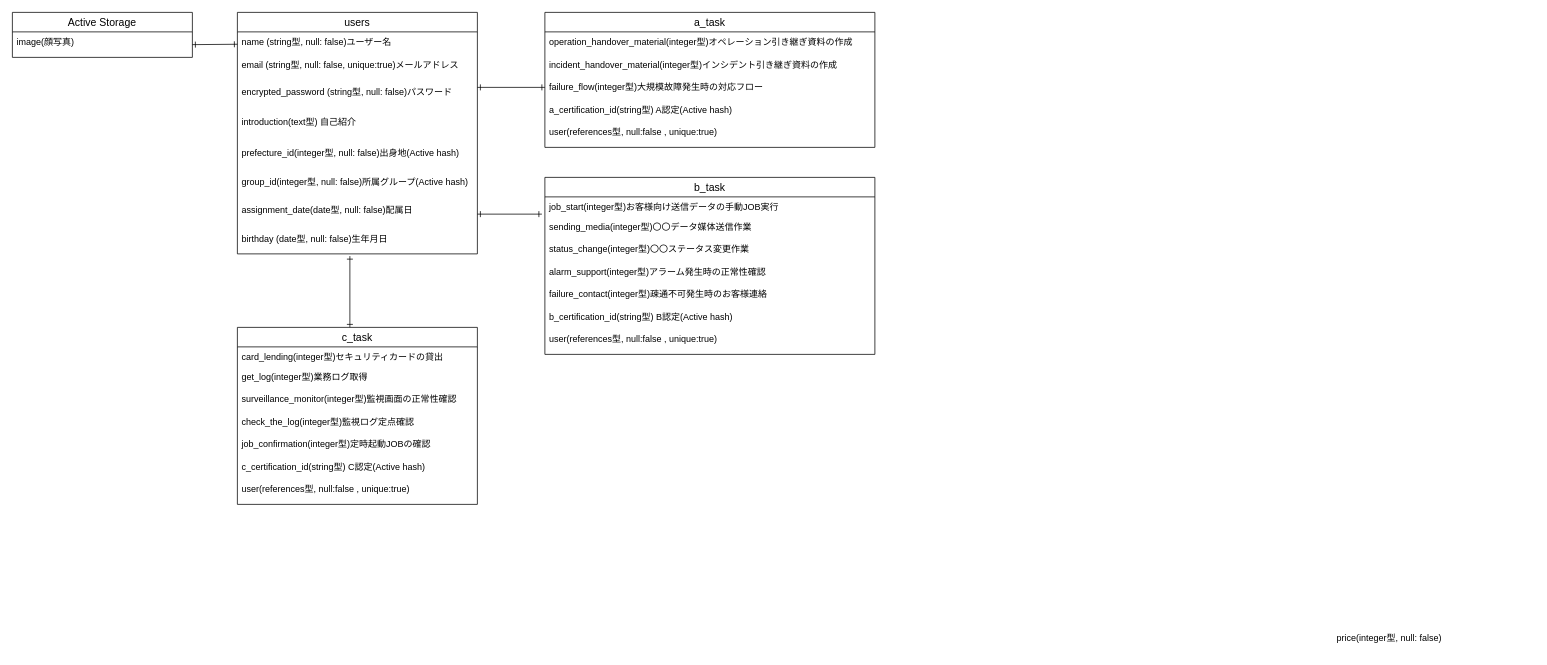
Before: team.dio in kobayashi64/team-profile, a draw.io diagram. Source tidied: cells renumbered, new cells numbered last; positions are measured from the earlier drawing's top-left corner, leaving out a move shared by most shapes. Both pictures are drawn from the tidied source at 75%, with x=0, y=0 at pixel (12, 12).
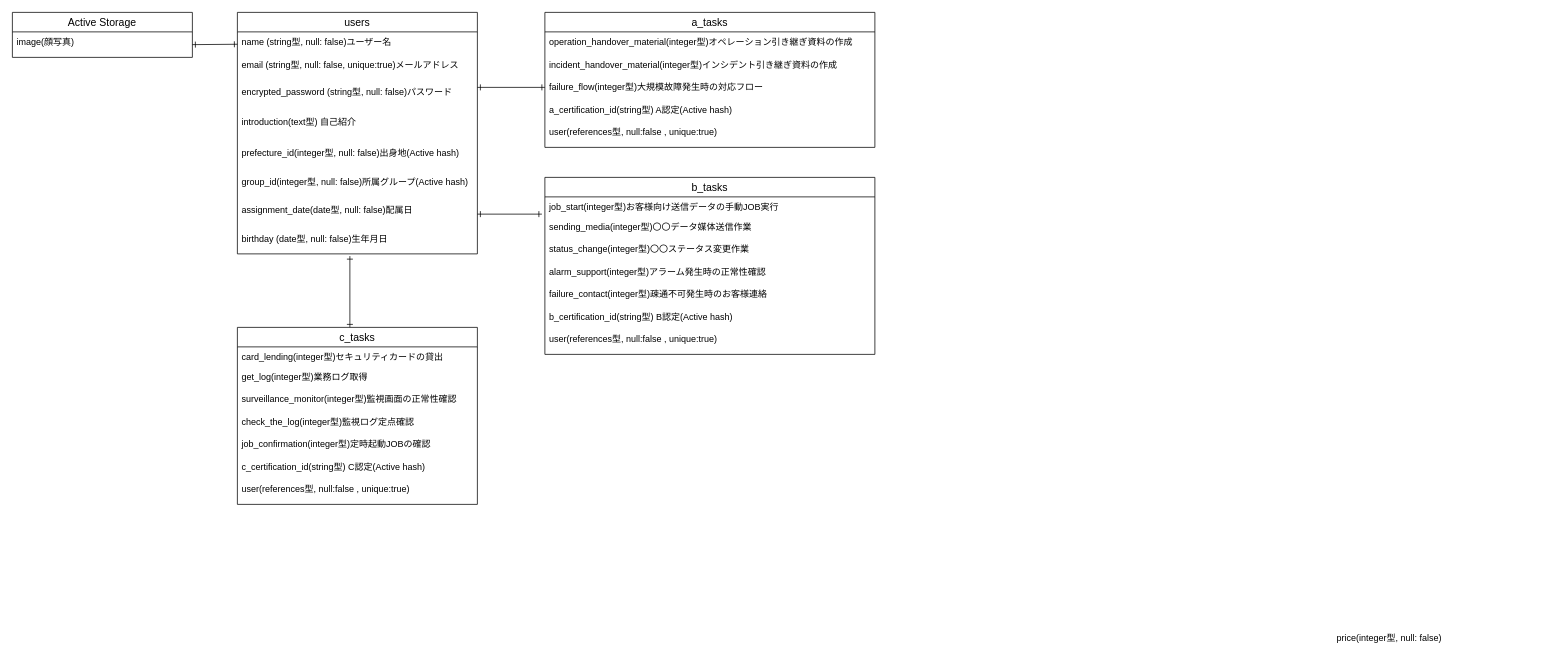
Above is the later version.

What changed in the source:
```diff
@@
-    <mxCell id="12" value="a_task" style="swimlane;fontStyle=0;horizontal=1;startSize=26;align=center;fontSize=14;" parent="1" vertex="1">
+    <mxCell id="12" value="a_tasks" style="swimlane;fontStyle=0;horizontal=1;startSize=26;align=center;fontSize=14;" parent="1" vertex="1">
       <mxGeometry x="710" width="440" height="180" as="geometry" />
     </mxCell>
@@
-    <mxCell id="18" value="b_task" style="swimlane;fontStyle=0;horizontal=1;startSize=26;align=center;fontSize=14;" parent="1" vertex="1">
+    <mxCell id="18" value="b_tasks" style="swimlane;fontStyle=0;horizontal=1;startSize=26;align=center;fontSize=14;" parent="1" vertex="1">
       <mxGeometry x="710" y="220" width="440" height="236" as="geometry" />
     </mxCell>
@@
-    <mxCell id="28" value="c_task" style="swimlane;fontStyle=0;horizontal=1;startSize=26;align=center;fontSize=14;" parent="1" vertex="1">
+    <mxCell id="28" value="c_tasks" style="swimlane;fontStyle=0;horizontal=1;startSize=26;align=center;fontSize=14;" parent="1" vertex="1">
       <mxGeometry x="300" y="420" width="320" height="236" as="geometry" />
     </mxCell>
```
